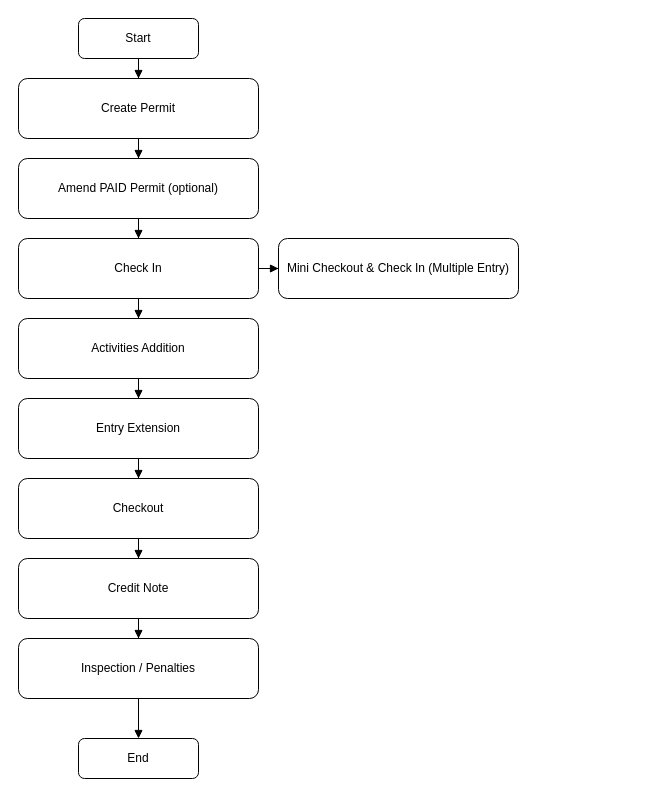
This is permit_flowchart.drawio from MbalamulaS/portal2-diagram, a draw.io file, before an edit. Source tidied: cells renumbered, new cells numbered last; positions are measured from the earlier drawing's top-left corner, leaving out a move shared by most shapes. Both pictures are drawn from the tidied source at 100%, with x=0, y=0 at pixel (18, 18).
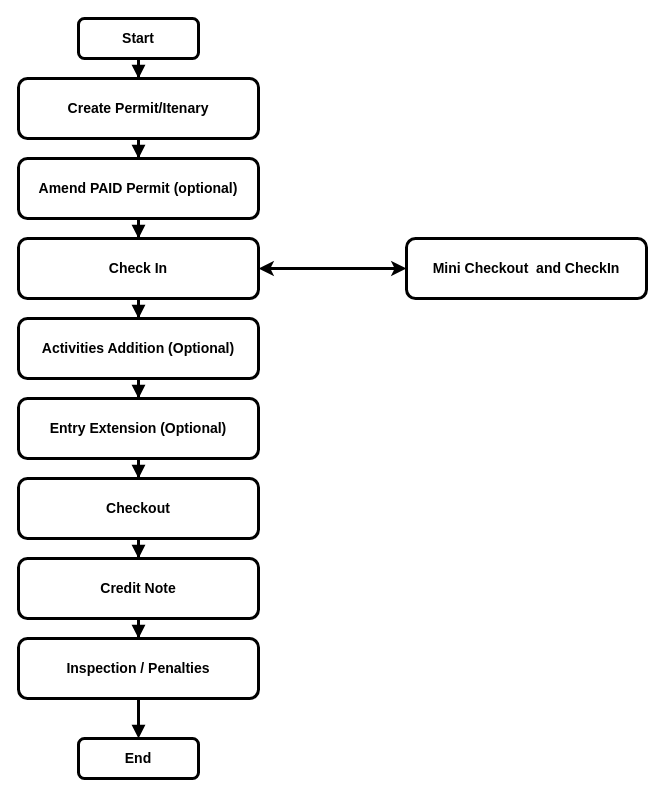
Above is the later version.

Commit message:
Update permit_flowchart updated

Change to the diagram source:
```diff
@@
-    <mxCell id="2" value="Start" style="rounded=1;whiteSpace=wrap;html=1;" parent="1" vertex="1">
+    <mxCell id="2" value="Start" style="rounded=1;whiteSpace=wrap;html=1;fontStyle=1;strokeWidth=3;fontSize=14;" parent="1" vertex="1">
       <mxGeometry x="60" width="120" height="40" as="geometry" />
     </mxCell>
-    <mxCell id="3" value="Create Permit" style="rounded=1;whiteSpace=wrap;html=1;" parent="1" vertex="1">
+    <mxCell id="3" value="Create Permit/Itenary" style="rounded=1;whiteSpace=wrap;html=1;fontStyle=1;strokeWidth=3;fontSize=14;" parent="1" vertex="1">
       <mxGeometry y="60" width="240" height="60" as="geometry" />
     </mxCell>
-    <mxCell id="4" value="Amend PAID Permit (optional)" style="rounded=1;whiteSpace=wrap;html=1;" parent="1" vertex="1">
+    <mxCell id="4" value="Amend PAID Permit (optional)" style="rounded=1;whiteSpace=wrap;html=1;fontStyle=1;strokeWidth=3;fontSize=14;" parent="1" vertex="1">
       <mxGeometry y="140" width="240" height="60" as="geometry" />
     </mxCell>
-    <mxCell id="5" value="Check In" style="rounded=1;whiteSpace=wrap;html=1;" parent="1" vertex="1">
+    <mxCell id="5" value="Check In" style="rounded=1;whiteSpace=wrap;html=1;fontStyle=1;strokeWidth=3;fontSize=14;" parent="1" vertex="1">
       <mxGeometry y="220" width="240" height="60" as="geometry" />
     </mxCell>
-    <mxCell id="6" value="Mini Checkout &amp; Check In (Multiple Entry)" style="rounded=1;whiteSpace=wrap;html=1;" parent="1" vertex="1">
-      <mxGeometry x="260" y="220" width="240" height="60" as="geometry" />
+    <mxCell id="6" value="Mini Checkout&amp;nbsp; and CheckIn" style="rounded=1;whiteSpace=wrap;html=1;fontStyle=1;strokeWidth=3;fontSize=14;" parent="1" vertex="1">
+      <mxGeometry x="388" y="220" width="240" height="60" as="geometry" />
     </mxCell>
-    <mxCell id="7" value="Activities Addition" style="rounded=1;whiteSpace=wrap;html=1;" parent="1" vertex="1">
+    <mxCell id="7" value="Activities Addition (Optional)" style="rounded=1;whiteSpace=wrap;html=1;fontStyle=1;strokeWidth=3;fontSize=14;" parent="1" vertex="1">
       <mxGeometry y="300" width="240" height="60" as="geometry" />
     </mxCell>
-    <mxCell id="8" value="Entry Extension" style="rounded=1;whiteSpace=wrap;html=1;" parent="1" vertex="1">
+    <mxCell id="8" value="Entry Extension (Optional)" style="rounded=1;whiteSpace=wrap;html=1;fontStyle=1;strokeWidth=3;fontSize=14;" parent="1" vertex="1">
       <mxGeometry y="380" width="240" height="60" as="geometry" />
     </mxCell>
-    <mxCell id="9" value="Checkout" style="rounded=1;whiteSpace=wrap;html=1;" parent="1" vertex="1">
+    <mxCell id="9" value="Checkout" style="rounded=1;whiteSpace=wrap;html=1;fontStyle=1;strokeWidth=3;fontSize=14;" parent="1" vertex="1">
       <mxGeometry y="460" width="240" height="60" as="geometry" />
     </mxCell>
-    <mxCell id="10" value="Credit Note" style="rounded=1;whiteSpace=wrap;html=1;" parent="1" vertex="1">
+    <mxCell id="10" value="Credit Note" style="rounded=1;whiteSpace=wrap;html=1;fontStyle=1;strokeWidth=3;fontSize=14;" parent="1" vertex="1">
       <mxGeometry y="540" width="240" height="60" as="geometry" />
     </mxCell>
-    <mxCell id="11" value="Inspection / Penalties" style="rounded=1;whiteSpace=wrap;html=1;" parent="1" vertex="1">
+    <mxCell id="11" value="Inspection / Penalties" style="rounded=1;whiteSpace=wrap;html=1;fontStyle=1;strokeWidth=3;fontSize=14;" parent="1" vertex="1">
       <mxGeometry y="620" width="240" height="60" as="geometry" />
     </mxCell>
-    <mxCell id="12" value="End" style="rounded=1;whiteSpace=wrap;html=1;" parent="1" vertex="1">
+    <mxCell id="12" value="End" style="rounded=1;whiteSpace=wrap;html=1;fontStyle=1;strokeWidth=3;fontSize=14;" parent="1" vertex="1">
       <mxGeometry x="60" y="720" width="120" height="40" as="geometry" />
     </mxCell>
-    <mxCell id="13" style="edgeStyle=orthogonalEdgeStyle;rounded=0;jettySize=auto;html=1;endArrow=block;endFill=1;" parent="1" edge="1" source="2" target="3">
+    <mxCell id="13" style="edgeStyle=orthogonalEdgeStyle;rounded=0;jettySize=auto;html=1;endArrow=block;endFill=1;fontStyle=1;strokeWidth=3;fontSize=14;" parent="1" edge="1" source="2" target="3">
       <mxGeometry relative="1" as="geometry" />
     </mxCell>
-    <mxCell id="14" style="edgeStyle=orthogonalEdgeStyle;rounded=0;jettySize=auto;html=1;endArrow=block;endFill=1;" parent="1" edge="1" source="3" target="4">
+    <mxCell id="14" style="edgeStyle=orthogonalEdgeStyle;rounded=0;jettySize=auto;html=1;endArrow=block;endFill=1;fontStyle=1;strokeWidth=3;fontSize=14;" parent="1" edge="1" source="3" target="4">
       <mxGeometry relative="1" as="geometry" />
     </mxCell>
-    <mxCell id="15" style="edgeStyle=orthogonalEdgeStyle;rounded=0;jettySize=auto;html=1;endArrow=block;endFill=1;" parent="1" edge="1" source="4" target="5">
+    <mxCell id="15" style="edgeStyle=orthogonalEdgeStyle;rounded=0;jettySize=auto;html=1;endArrow=block;endFill=1;fontStyle=1;strokeWidth=3;fontSize=14;" parent="1" edge="1" source="4" target="5">
       <mxGeometry relative="1" as="geometry" />
     </mxCell>
-    <mxCell id="16" style="edgeStyle=orthogonalEdgeStyle;rounded=0;jettySize=auto;html=1;endArrow=block;endFill=1;" parent="1" edge="1" source="5" target="7">
+    <mxCell id="16" style="edgeStyle=orthogonalEdgeStyle;rounded=0;jettySize=auto;html=1;endArrow=block;endFill=1;fontStyle=1;strokeWidth=3;fontSize=14;" parent="1" edge="1" source="5" target="7">
       <mxGeometry relative="1" as="geometry" />
     </mxCell>
-    <mxCell id="17" style="edgeStyle=orthogonalEdgeStyle;rounded=0;jettySize=auto;html=1;endArrow=block;endFill=1;" parent="1" edge="1" source="7" target="8">
+    <mxCell id="17" style="edgeStyle=orthogonalEdgeStyle;rounded=0;jettySize=auto;html=1;endArrow=block;endFill=1;fontStyle=1;strokeWidth=3;fontSize=14;" parent="1" edge="1" source="7" target="8">
       <mxGeometry relative="1" as="geometry" />
     </mxCell>
-    <mxCell id="18" style="edgeStyle=orthogonalEdgeStyle;rounded=0;jettySize=auto;html=1;endArrow=block;endFill=1;" parent="1" edge="1" source="8" target="9">
+    <mxCell id="18" style="edgeStyle=orthogonalEdgeStyle;rounded=0;jettySize=auto;html=1;endArrow=block;endFill=1;fontStyle=1;strokeWidth=3;fontSize=14;" parent="1" edge="1" source="8" target="9">
       <mxGeometry relative="1" as="geometry" />
     </mxCell>
-    <mxCell id="19" style="edgeStyle=orthogonalEdgeStyle;rounded=0;jettySize=auto;html=1;endArrow=block;endFill=1;" parent="1" edge="1" source="9" target="10">
+    <mxCell id="19" style="edgeStyle=orthogonalEdgeStyle;rounded=0;jettySize=auto;html=1;endArrow=block;endFill=1;fontStyle=1;strokeWidth=3;fontSize=14;" parent="1" edge="1" source="9" target="10">
       <mxGeometry relative="1" as="geometry" />
     </mxCell>
-    <mxCell id="20" style="edgeStyle=orthogonalEdgeStyle;rounded=0;jettySize=auto;html=1;endArrow=block;endFill=1;" parent="1" edge="1" source="10" target="11">
+    <mxCell id="20" style="edgeStyle=orthogonalEdgeStyle;rounded=0;jettySize=auto;html=1;endArrow=block;endFill=1;fontStyle=1;strokeWidth=3;fontSize=14;" parent="1" edge="1" source="10" target="11">
       <mxGeometry relative="1" as="geometry" />
     </mxCell>
-    <mxCell id="21" style="edgeStyle=orthogonalEdgeStyle;rounded=0;jettySize=auto;html=1;endArrow=block;endFill=1;" parent="1" edge="1" source="11" target="12">
+    <mxCell id="21" style="edgeStyle=orthogonalEdgeStyle;rounded=0;jettySize=auto;html=1;endArrow=block;endFill=1;fontStyle=1;strokeWidth=3;fontSize=14;" parent="1" edge="1" source="11" target="12">
       <mxGeometry relative="1" as="geometry" />
     </mxCell>
-    <mxCell id="22" style="edgeStyle=orthogonalEdgeStyle;rounded=0;jettySize=auto;html=1;endArrow=block;endFill=1;" parent="1" edge="1" source="5" target="6">
+    <mxCell id="22" style="endArrow=classic;startArrow=classic;html=1;rounded=0;strokeWidth=3;exitX=1;exitY=0.5;exitDx=0;exitDy=0;entryX=0;entryY=0.5;entryDx=0;entryDy=0;" parent="1" edge="1" source="5" target="6">
       <mxGeometry relative="1" as="geometry" />
     </mxCell>
```
